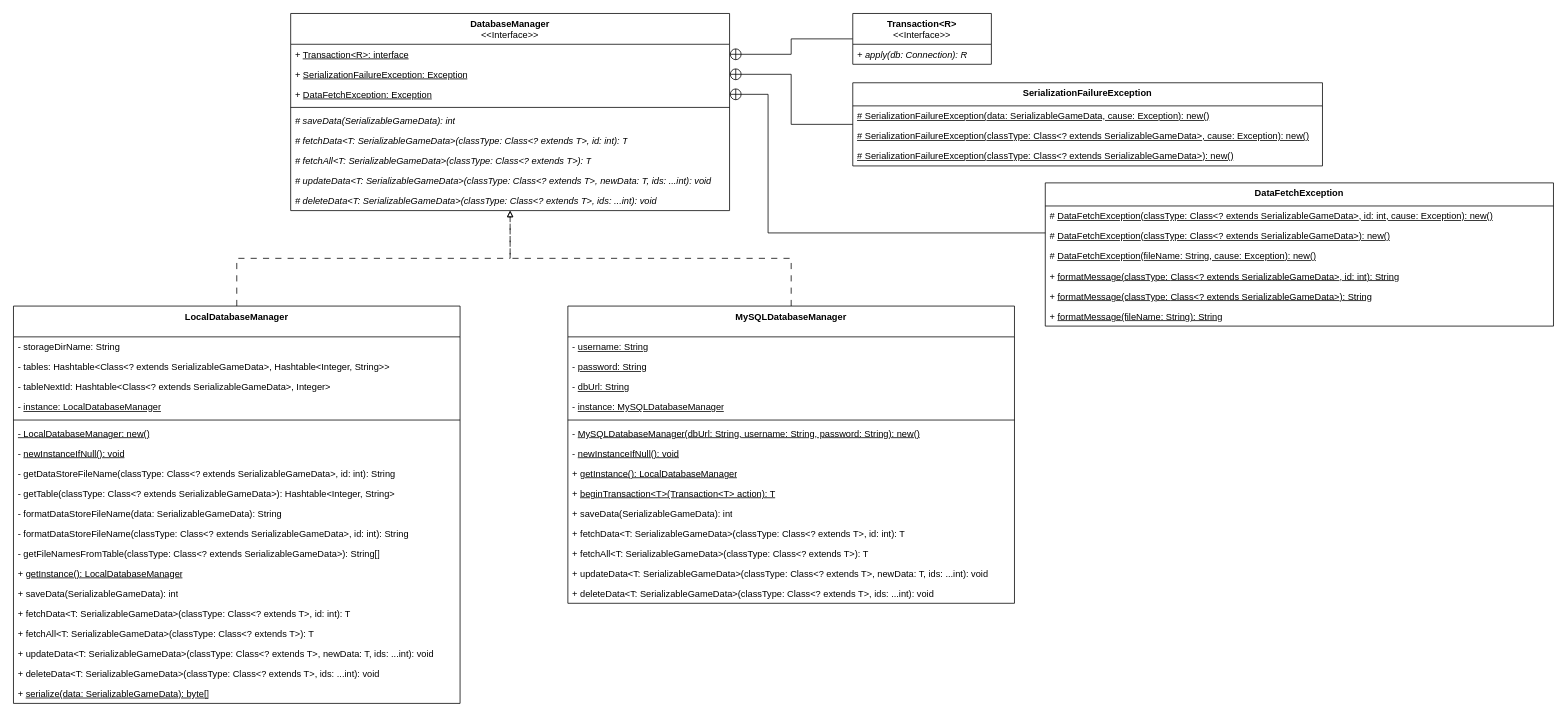
Above: page "DatabaseManager" (3 of 3) of JavaRiceUML.drawio in TLEV6500/CSIT228-F2_Capstone_JavaRice (draw.io), before the change. Source tidied: cells renumbered, new cells numbered last; positions are measured from the earlier drawing's top-left corner, leaving out a move shared by most shapes. Both pictures are drawn from the tidied source at 77%, with x=0, y=0 at pixel (13, 13).
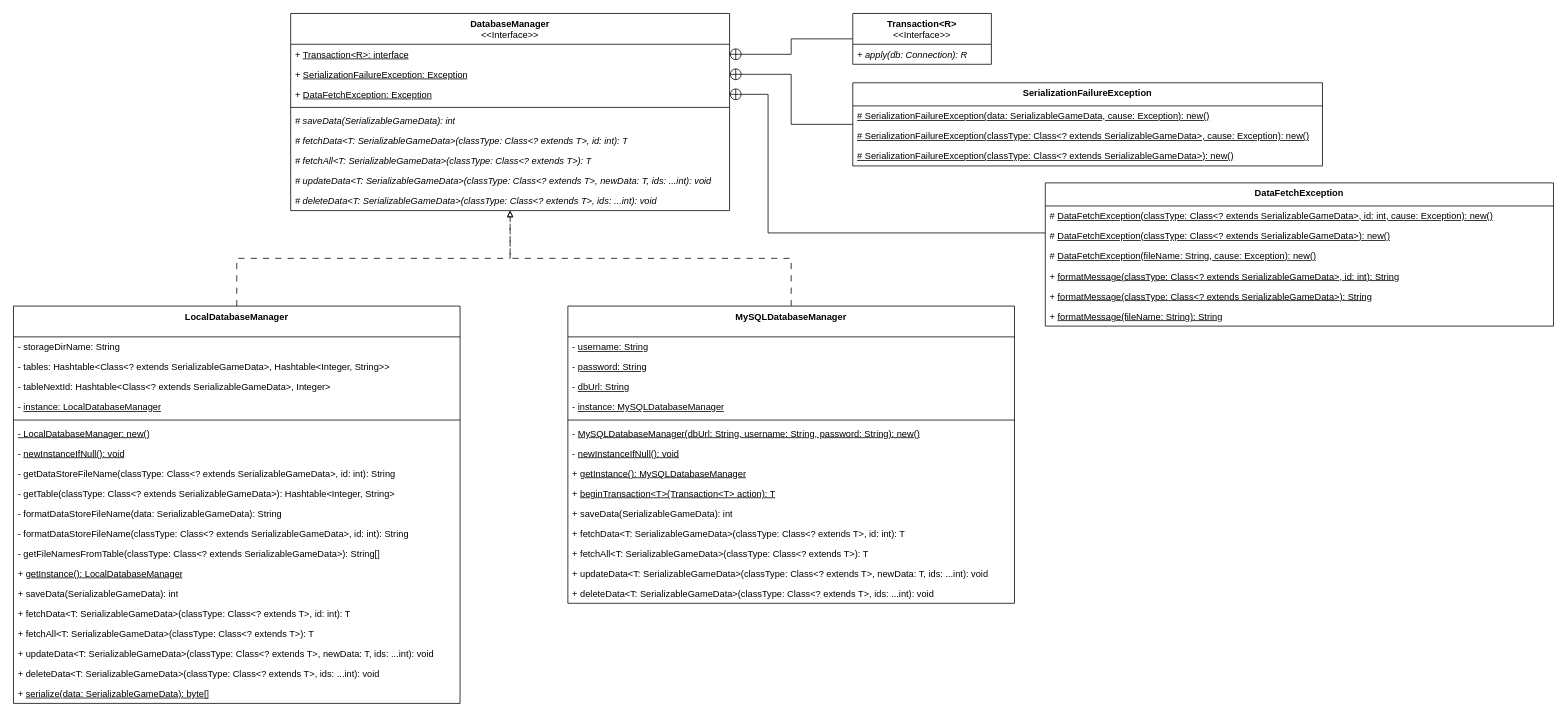
Above is the later version.

Unchanged cells that the change refers to:
```xml
<mxCell id="34" value="MySQLDatabaseManager" style="swimlane;fontStyle=1;align=center;verticalAlign=top;horizontal=1;startSize=40;whiteSpace=wrap;html=1;" parent="1" vertex="1">
  <mxGeometry x="720" y="380" width="580" height="386" as="geometry" />
</mxCell>
```

The edit, as a diff of the source:
```diff
@@
-    <mxCell id="42" value="+ &lt;u&gt;getInstance(): LocalDatabaseManager&lt;/u&gt;" style="text;strokeColor=none;fillColor=none;align=left;verticalAlign=top;spacingLeft=4;spacingRight=4;overflow=hidden;whiteSpace=wrap;html=1;" parent="34" vertex="1">
+    <mxCell id="42" value="+ &lt;u&gt;getInstance(): MySQLDatabaseManager&lt;/u&gt;" style="text;strokeColor=none;fillColor=none;align=left;verticalAlign=top;spacingLeft=4;spacingRight=4;overflow=hidden;whiteSpace=wrap;html=1;" parent="34" vertex="1">
       <mxGeometry y="204" width="580" height="26" as="geometry" />
     </mxCell>
```
